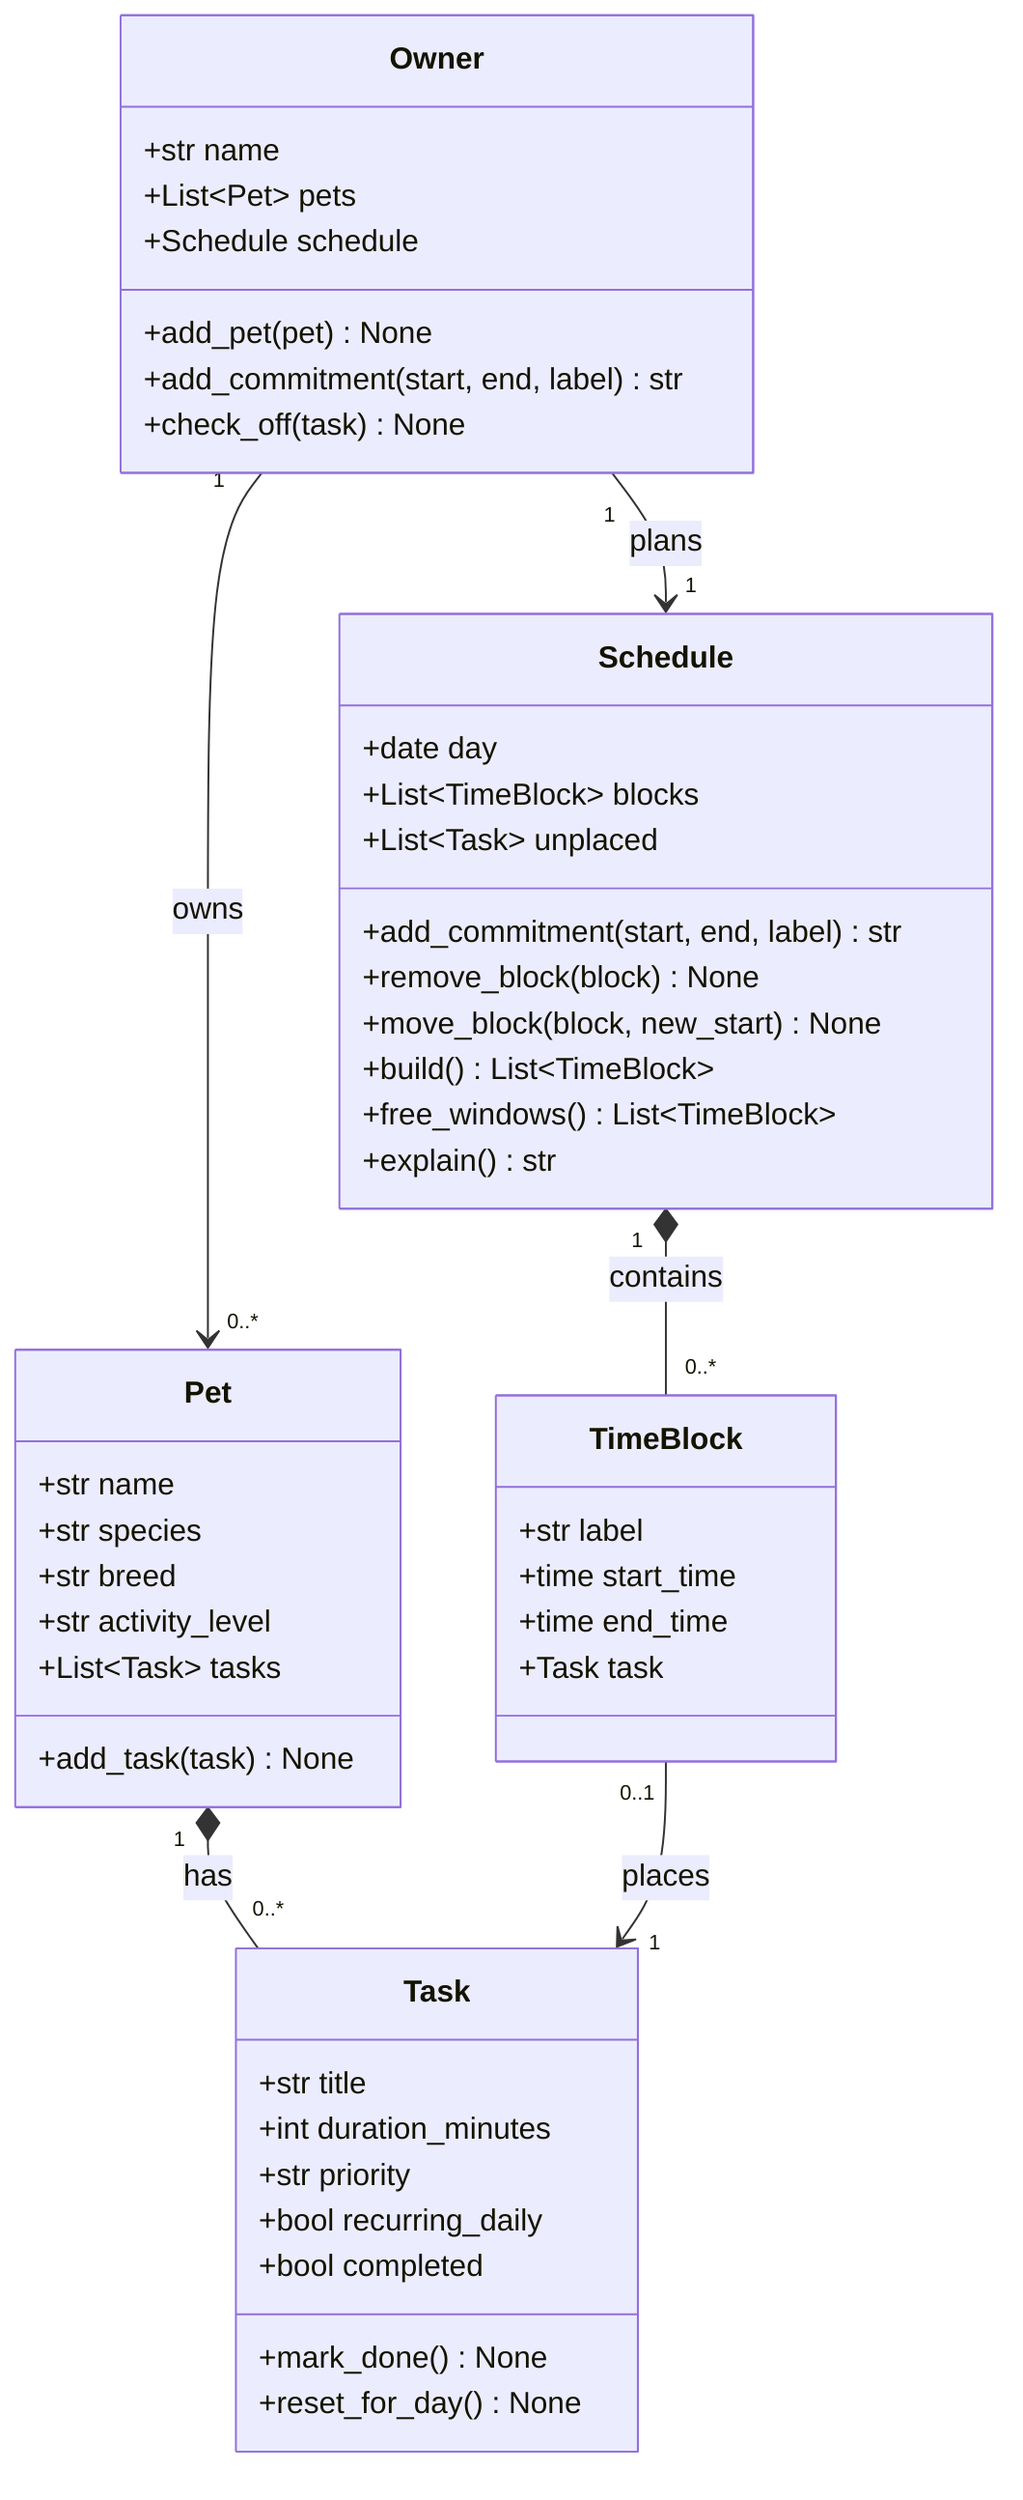
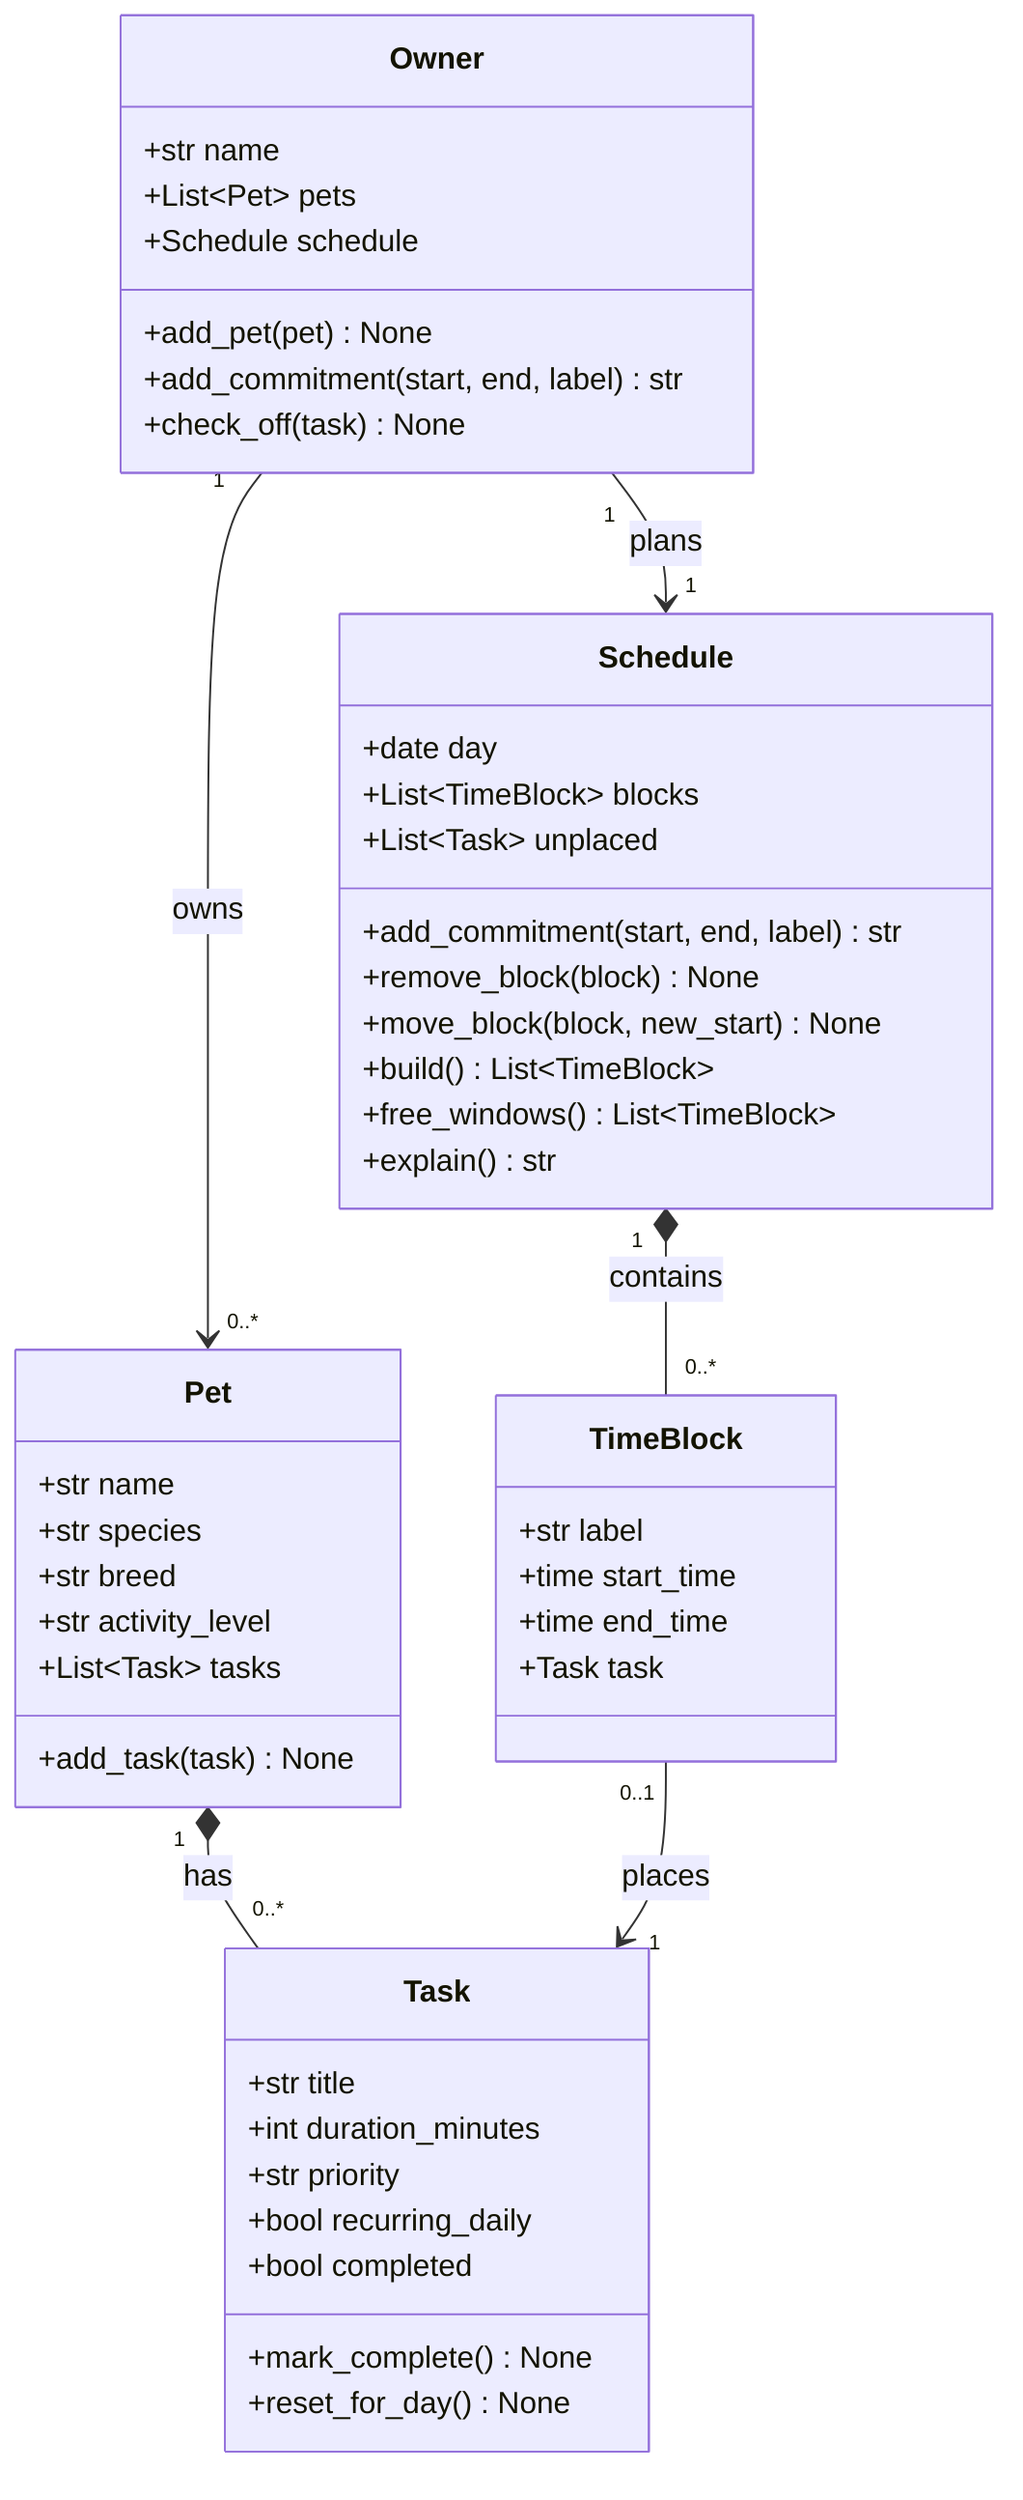
classDiagram
    %% PawPal+ — pet care planning assistant
    %% Schedule = the owner's day: fixed commitments (time constraints) + pet tasks the scheduler places around them.

    class Owner {
        +str name
        +List~Pet~ pets
        +Schedule schedule
        +add_pet(pet) None
        +add_commitment(start, end, label) str
        +check_off(task) None
    }

    class Pet {
        +str name
        +str species
        +str breed
        +str activity_level
        +List~Task~ tasks
        +add_task(task) None
    }

    class Task {
        +str title
        +int duration_minutes
        +str priority
        +bool recurring_daily
        +bool completed
-         +mark_done() None
+         +mark_complete() None
        +reset_for_day() None
    }

    class Schedule {
        +date day
        +List~TimeBlock~ blocks
        +List~Task~ unplaced
        +add_commitment(start, end, label) str
        +remove_block(block) None
        +move_block(block, new_start) None
        +build() List~TimeBlock~
        +free_windows() List~TimeBlock~
        +explain() str
    }

    class TimeBlock {
        +str label
        +time start_time
        +time end_time
        +Task task
    }

    Owner "1" --> "0..*" Pet : owns
    Owner "1" --> "1" Schedule : plans
    Pet "1" *-- "0..*" Task : has
    Schedule "1" *-- "0..*" TimeBlock : contains
    TimeBlock "0..1" --> "1" Task : places
